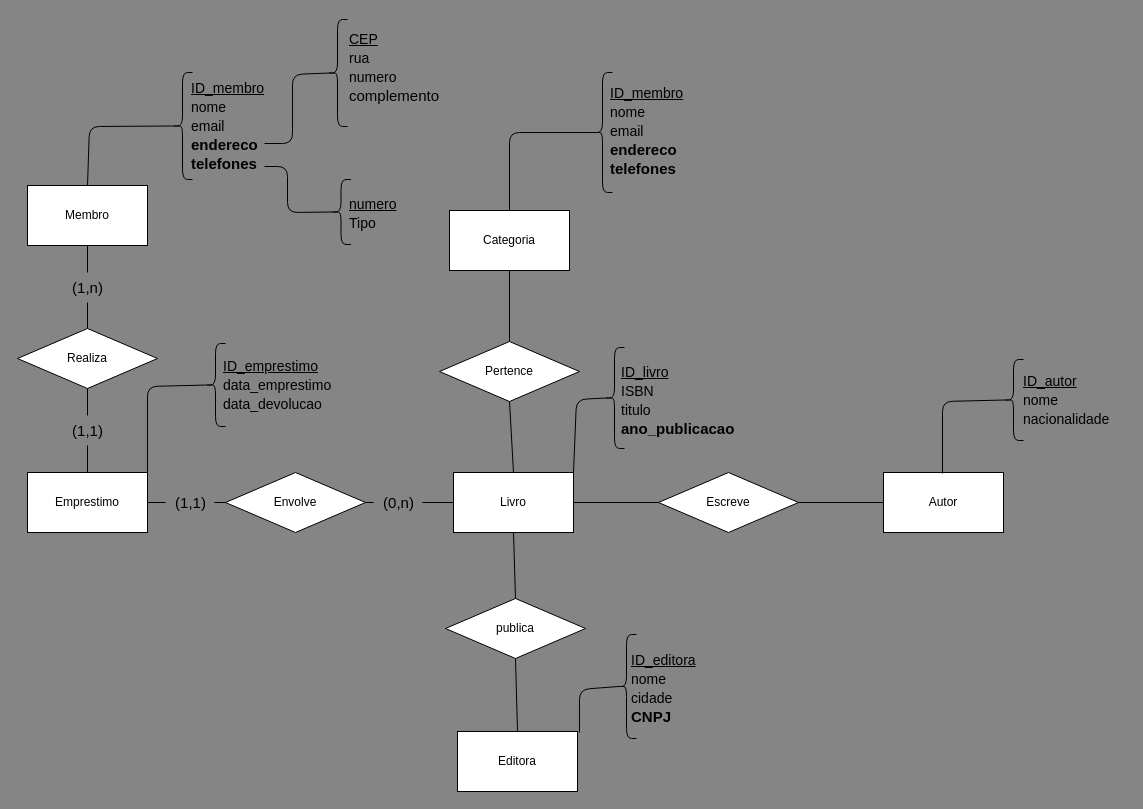
The draw.io diagram DER/modelo_entidade_relacionamento.drawio in AndreiVidal/projeto-banco-de-dados, before the edit. Source tidied: cells renumbered, new cells numbered last; positions are measured from the earlier drawing's top-left corner, leaving out a move shared by most shapes. Both pictures are drawn from the tidied source at 100%, with x=0, y=0 at pixel (17, 17).
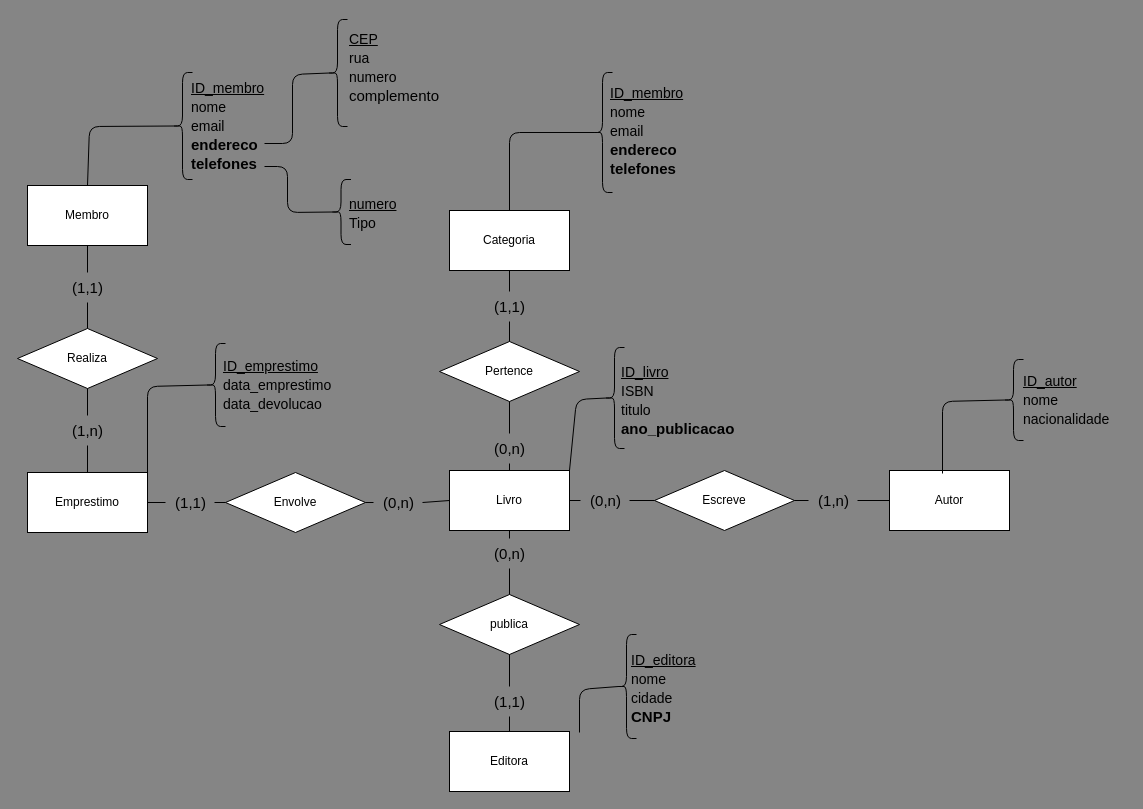
After the change.

Commit message:
:recycle: refactor: finish image DER

The change refers to these unchanged cells:
```xml
<mxCell id="6" value="Categoria" style="rounded=0;whiteSpace=wrap;html=1;" parent="1" vertex="1">
  <mxGeometry x="432" y="193" width="120" height="60" as="geometry" />
</mxCell>
<mxCell id="16" value="Pertence" style="rhombus;whiteSpace=wrap;html=1;rotation=0;" parent="1" vertex="1">
  <mxGeometry x="422" y="324" width="140" height="60" as="geometry" />
</mxCell>
```

Diff of the diagram source:
```diff
@@
     <mxCell id="2" value="Livro" style="rounded=0;whiteSpace=wrap;html=1;" parent="1" vertex="1">
-      <mxGeometry x="436" y="455" width="120" height="60" as="geometry" />
+      <mxGeometry x="432" y="453" width="120" height="60" as="geometry" />
     </mxCell>
     <mxCell id="3" value="Autor" style="rounded=0;whiteSpace=wrap;html=1;" parent="1" vertex="1">
-      <mxGeometry x="866" y="455" width="120" height="60" as="geometry" />
+      <mxGeometry x="872" y="453" width="120" height="60" as="geometry" />
     </mxCell>
@@
     <mxCell id="7" value="Editora" style="rounded=0;whiteSpace=wrap;html=1;" parent="1" vertex="1">
-      <mxGeometry x="440" y="714" width="120" height="60" as="geometry" />
+      <mxGeometry x="432" y="714" width="120" height="60" as="geometry" />
     </mxCell>
     <mxCell id="8" value="Escreve" style="rhombus;whiteSpace=wrap;html=1;" parent="1" vertex="1">
-      <mxGeometry x="641" y="455" width="140" height="60" as="geometry" />
+      <mxGeometry x="637" y="453" width="140" height="60" as="geometry" />
     </mxCell>
-    <mxCell id="9" style="endArrow=none;html=1;exitX=1;exitY=0.5;exitDx=0;exitDy=0;entryX=0;entryY=0.5;entryDx=0;entryDy=0;" parent="1" edge="1" source="2" target="8">
+    <mxCell id="9" style="endArrow=none;html=1;exitX=1;exitY=0.5;exitDx=0;exitDy=0;entryX=0;entryY=0.5;entryDx=0;entryDy=0;startArrow=none;" parent="1" edge="1" source="56" target="8">
       <mxGeometry relative="1" as="geometry" />
     </mxCell>
-    <mxCell id="10" style="endArrow=none;html=1;exitX=1;exitY=0.5;exitDx=0;exitDy=0;entryX=0;entryY=0.5;entryDx=0;entryDy=0;" parent="1" edge="1" source="8" target="3">
+    <mxCell id="10" style="endArrow=none;html=1;exitX=1;exitY=0.5;exitDx=0;exitDy=0;entryX=0;entryY=0.5;entryDx=0;entryDy=0;startArrow=none;" parent="1" edge="1" source="58" target="3">
       <mxGeometry relative="1" as="geometry" />
     </mxCell>
     <mxCell id="11" value="publica" style="rhombus;whiteSpace=wrap;html=1;rotation=0;" parent="1" vertex="1">
-      <mxGeometry x="428" y="581" width="140" height="60" as="geometry" />
+      <mxGeometry x="422" y="577" width="140" height="60" as="geometry" />
     </mxCell>
-    <mxCell id="12" style="endArrow=none;html=1;exitX=0.5;exitY=1;exitDx=0;exitDy=0;entryX=0.5;entryY=0;entryDx=0;entryDy=0;" parent="1" edge="1" source="2" target="11">
+    <mxCell id="12" style="endArrow=none;html=1;exitX=0.5;exitY=1;exitDx=0;exitDy=0;entryX=0.5;entryY=0;entryDx=0;entryDy=0;startArrow=none;" parent="1" edge="1" source="62" target="11">
       <mxGeometry relative="1" as="geometry" />
     </mxCell>
-    <mxCell id="13" style="endArrow=none;html=1;entryX=0.5;entryY=1;entryDx=0;entryDy=0;exitX=0.5;exitY=0;exitDx=0;exitDy=0;" parent="1" edge="1" source="7" target="11">
+    <mxCell id="13" style="endArrow=none;html=1;entryX=0.5;entryY=1;entryDx=0;entryDy=0;exitX=0.5;exitY=0;exitDx=0;exitDy=0;startArrow=none;" parent="1" edge="1" source="60" target="11">
       <mxGeometry relative="1" as="geometry" />
     </mxCell>
@@
-    <mxCell id="18" style="endArrow=none;html=1;exitX=0.5;exitY=0;exitDx=0;exitDy=0;entryX=0.5;entryY=1;entryDx=0;entryDy=0;" parent="1" edge="1" source="2" target="16">
+    <mxCell id="18" style="endArrow=none;html=1;exitX=0.5;exitY=0;exitDx=0;exitDy=0;entryX=0.5;entryY=1;entryDx=0;entryDy=0;startArrow=none;" parent="1" edge="1" source="66" target="16">
       <mxGeometry relative="1" as="geometry" />
     </mxCell>
-    <mxCell id="19" style="endArrow=none;html=1;exitX=0.5;exitY=0;exitDx=0;exitDy=0;entryX=0.5;entryY=1;entryDx=0;entryDy=0;" parent="1" edge="1" source="16" target="6">
+    <mxCell id="19" style="endArrow=none;html=1;exitX=0.5;exitY=0;exitDx=0;exitDy=0;entryX=0.5;entryY=1;entryDx=0;entryDy=0;startArrow=none;" parent="1" edge="1" source="64" target="6">
       <mxGeometry relative="1" as="geometry" />
     </mxCell>
@@
-    <mxCell id="33" value="(1,n)" style="text;html=1;align=center;verticalAlign=middle;points=[];strokeColor=none;fillColor=none;fontSize=15;" parent="1" vertex="1">
+    <mxCell id="33" value="(1,1)" style="text;html=1;align=center;verticalAlign=middle;points=[];strokeColor=none;fillColor=none;fontSize=15;" parent="1" vertex="1">
       <mxGeometry x="45.5" y="255" width="49" height="30" as="geometry" />
     </mxCell>
@@
-    <mxCell id="35" value="(1,1)" style="text;html=1;align=center;verticalAlign=middle;points=[];strokeColor=none;fillColor=none;fontSize=15;" parent="1" vertex="1">
+    <mxCell id="35" value="(1,n)" style="text;html=1;align=center;verticalAlign=middle;points=[];strokeColor=none;fillColor=none;fontSize=15;" parent="1" vertex="1">
       <mxGeometry x="45.5" y="398" width="49" height="30" as="geometry" />
     </mxCell>
@@
+    <mxCell id="55" style="endArrow=none;html=1;exitX=1;exitY=0.5;exitDx=0;exitDy=0;entryX=0;entryY=0.5;entryDx=0;entryDy=0;" parent="1" edge="1" source="2" target="56">
+      <mxGeometry relative="1" as="geometry" />
+    </mxCell>
+    <mxCell id="56" value="(0,n)" style="text;html=1;align=center;verticalAlign=middle;points=[];strokeColor=none;fillColor=none;fontSize=15;" parent="1" vertex="1">
+      <mxGeometry x="563" y="468" width="49" height="30" as="geometry" />
+    </mxCell>
+    <mxCell id="57" style="endArrow=none;html=1;exitX=1;exitY=0.5;exitDx=0;exitDy=0;entryX=0;entryY=0.5;entryDx=0;entryDy=0;" parent="1" edge="1" source="8" target="58">
+      <mxGeometry relative="1" as="geometry" />
+    </mxCell>
+    <mxCell id="58" value="(1,n)" style="text;html=1;align=center;verticalAlign=middle;points=[];strokeColor=none;fillColor=none;fontSize=15;" parent="1" vertex="1">
+      <mxGeometry x="791" y="468" width="49" height="30" as="geometry" />
+    </mxCell>
+    <mxCell id="59" style="endArrow=none;html=1;entryX=0.5;entryY=1;entryDx=0;entryDy=0;exitX=0.5;exitY=0;exitDx=0;exitDy=0;" parent="1" edge="1" source="7" target="60">
+      <mxGeometry relative="1" as="geometry" />
+    </mxCell>
+    <mxCell id="60" value="(1,1)" style="text;html=1;align=center;verticalAlign=middle;points=[];strokeColor=none;fillColor=none;fontSize=15;" parent="1" vertex="1">
+      <mxGeometry x="467.5" y="669" width="49" height="30" as="geometry" />
+    </mxCell>
+    <mxCell id="61" style="endArrow=none;html=1;exitX=0.5;exitY=1;exitDx=0;exitDy=0;entryX=0.5;entryY=0;entryDx=0;entryDy=0;" parent="1" edge="1" source="2" target="62">
+      <mxGeometry relative="1" as="geometry" />
+    </mxCell>
+    <mxCell id="62" value="(0,n)" style="text;html=1;align=center;verticalAlign=middle;points=[];strokeColor=none;fillColor=none;fontSize=15;" parent="1" vertex="1">
+      <mxGeometry x="467.5" y="521" width="49" height="30" as="geometry" />
+    </mxCell>
+    <mxCell id="63" style="endArrow=none;html=1;exitX=0.5;exitY=0;exitDx=0;exitDy=0;entryX=0.5;entryY=1;entryDx=0;entryDy=0;" parent="1" edge="1" source="16" target="64">
+      <mxGeometry relative="1" as="geometry" />
+    </mxCell>
+    <mxCell id="64" value="(1,1)" style="text;html=1;align=center;verticalAlign=middle;points=[];strokeColor=none;fillColor=none;fontSize=15;" parent="1" vertex="1">
+      <mxGeometry x="467.5" y="274" width="49" height="30" as="geometry" />
+    </mxCell>
+    <mxCell id="65" style="endArrow=none;html=1;exitX=0.5;exitY=0;exitDx=0;exitDy=0;entryX=0.5;entryY=1;entryDx=0;entryDy=0;" parent="1" edge="1" source="2" target="66">
+      <mxGeometry relative="1" as="geometry" />
+    </mxCell>
+    <mxCell id="66" value="(0,n)" style="text;html=1;align=center;verticalAlign=middle;points=[];strokeColor=none;fillColor=none;fontSize=15;" parent="1" vertex="1">
+      <mxGeometry x="467.5" y="416" width="49" height="30" as="geometry" />
+    </mxCell>
```
